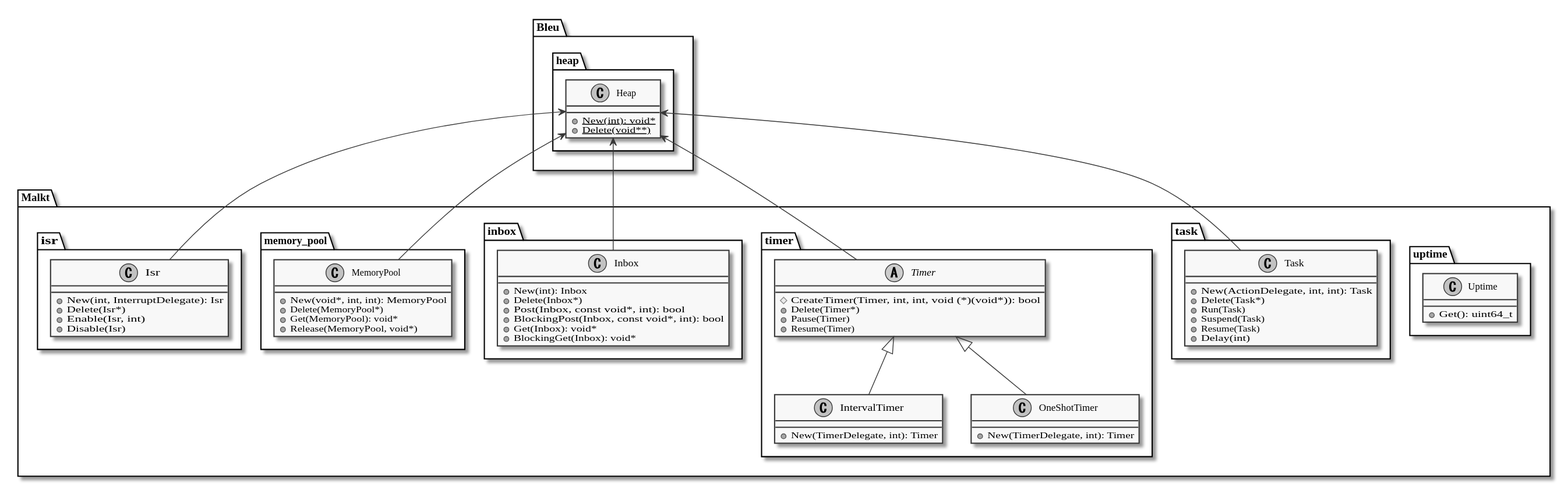
Before: doc/class_diagram.svg, a diagram exported from PlantUML (kokabe2/malkt).
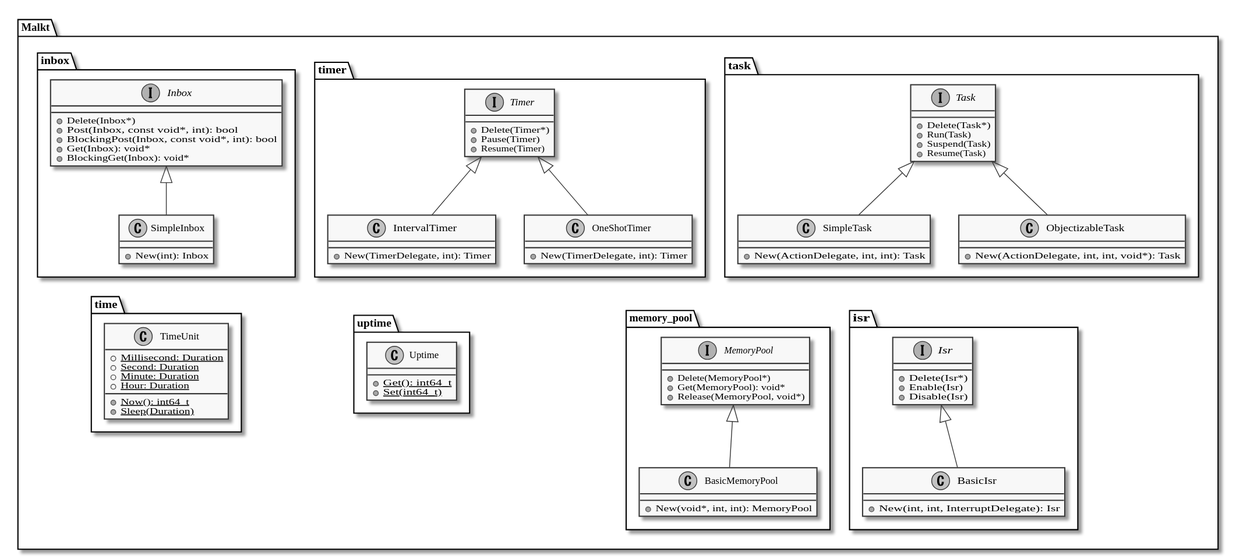
Later version of the same file.

Commit message:
Update class diagram

Diff of the diagram source:
```diff
@@ -4,76 +4,112 @@
     monochrome true
 }
 
-package Bleu {
-    folder heap {
-        class Heap {
-            + {static} New(int): void*
-            + {static} Delete(void**)
-        }
-    }
-}
 package Malkt {
     folder uptime {
         class Uptime {
-            + Get(): uint64_t
+            + {static} Get(): int64_t
+            + {static} Set(int64_t)
         }
     }
+
+    folder time {
+        class TimeUnit {
+            + {static} Millisecond: Duration
+            + {static} Second: Duration
+            + {static} Minute: Duration
+            + {static} Hour: Duration
+            + {static} Now(): int64_t
+            + {static} Sleep(Duration)
+        }
+    }
+
     folder task {
-        class Task {
-            + New(ActionDelegate, int, int): Task
+        interface Task {
             + Delete(Task*)
             + Run(Task)
             + Suspend(Task)
             + Resume(Task)
-            + Delay(int)
         }
+
+        class SimpleTask {
+            + New(ActionDelegate, int, int): Task
+        }
+
+        class ObjectizableTask {
+            + New(ActionDelegate, int, int, void*): Task
+        }
+
+        Task <|-- SimpleTask
+        Task <|-- ObjectizableTask
     }
+
     folder timer {
-        abstract Timer {
-            # CreateTimer(Timer, int, int, void (*)(void*)): bool
+        interface Timer {
             + Delete(Timer*)
             + Pause(Timer)
             + Resume(Timer)
         }
+
         class IntervalTimer {
             + New(TimerDelegate, int): Timer
         }
+
         class OneShotTimer {
             + New(TimerDelegate, int): Timer
         }
+
+        Timer <|-- IntervalTimer
+        Timer <|-- OneShotTimer
     }
+
     folder inbox {
-        class Inbox {
-            + New(int): Inbox
+        interface Inbox {
             + Delete(Inbox*)
             + Post(Inbox, const void*, int): bool
             + BlockingPost(Inbox, const void*, int): bool
             + Get(Inbox): void*
             + BlockingGet(Inbox): void*
         }
+
+        class SimpleInbox {
+            + New(int): Inbox
+        }
+
+        Inbox <|-- SimpleInbox
     }
+
     folder memory_pool {
-        class MemoryPool {
-            + New(void*, int, int): MemoryPool
+        interface MemoryPool {
             + Delete(MemoryPool*)
             + Get(MemoryPool): void*
             + Release(MemoryPool, void*)
         }
+
+        class BasicMemoryPool {
+            + New(void*, int, int): MemoryPool
+        }
+
+        MemoryPool <|-- BasicMemoryPool
     }
+
     folder isr {
-        class Isr {
-            + New(int, InterruptDelegate): Isr
+        interface Isr {
             + Delete(Isr*)
-            + Enable(Isr, int)
+            + Enable(Isr)
             + Disable(Isr)
         }
+
+        class BasicIsr {
+            + New(int, int, InterruptDelegate): Isr
+        }
+
+        Isr <|-- BasicIsr
     }
+
+    Uptime -[hidden]u-> IntervalTimer
+    TimeUnit -[hidden]u-> SimpleInbox
+    Isr -[hidden]u-> SimpleTask
+    MemoryPool -[hidden]u-> SimpleTask
 }
-Heap <-- Task
-Heap <-- Timer
-Timer <|-- IntervalTimer
-Timer <|-- OneShotTimer
-Heap <-- Inbox
-Heap <-- MemoryPool
-Heap <-- Isr
+
 @enduml
```
